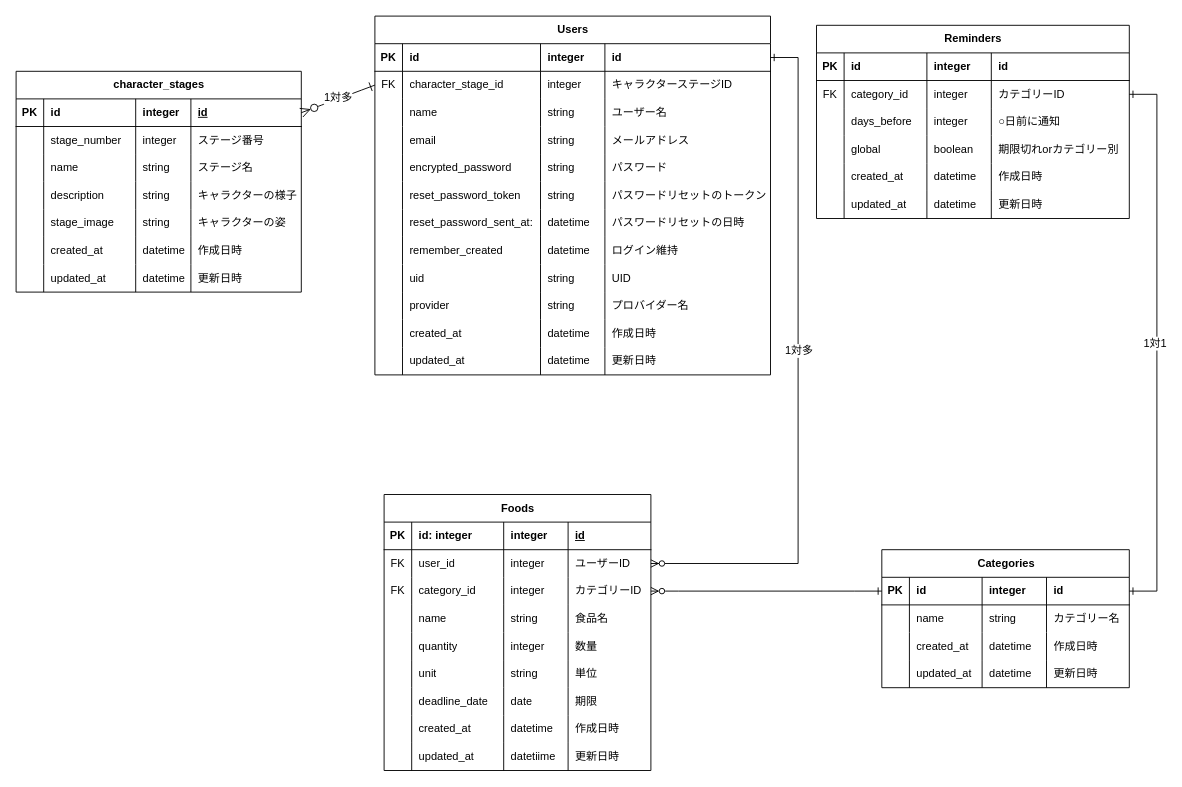
matsumo123/FridgeBell keeps this draw.io diagram as 卒業制作FridgeBell.drawio. Above is the earlier version. Source tidied: cells renumbered, new cells numbered last; positions are measured from the earlier drawing's top-left corner, leaving out a move shared by most shapes. Both pictures are drawn from the tidied source at 92%, with x=0, y=0 at pixel (16, 16).
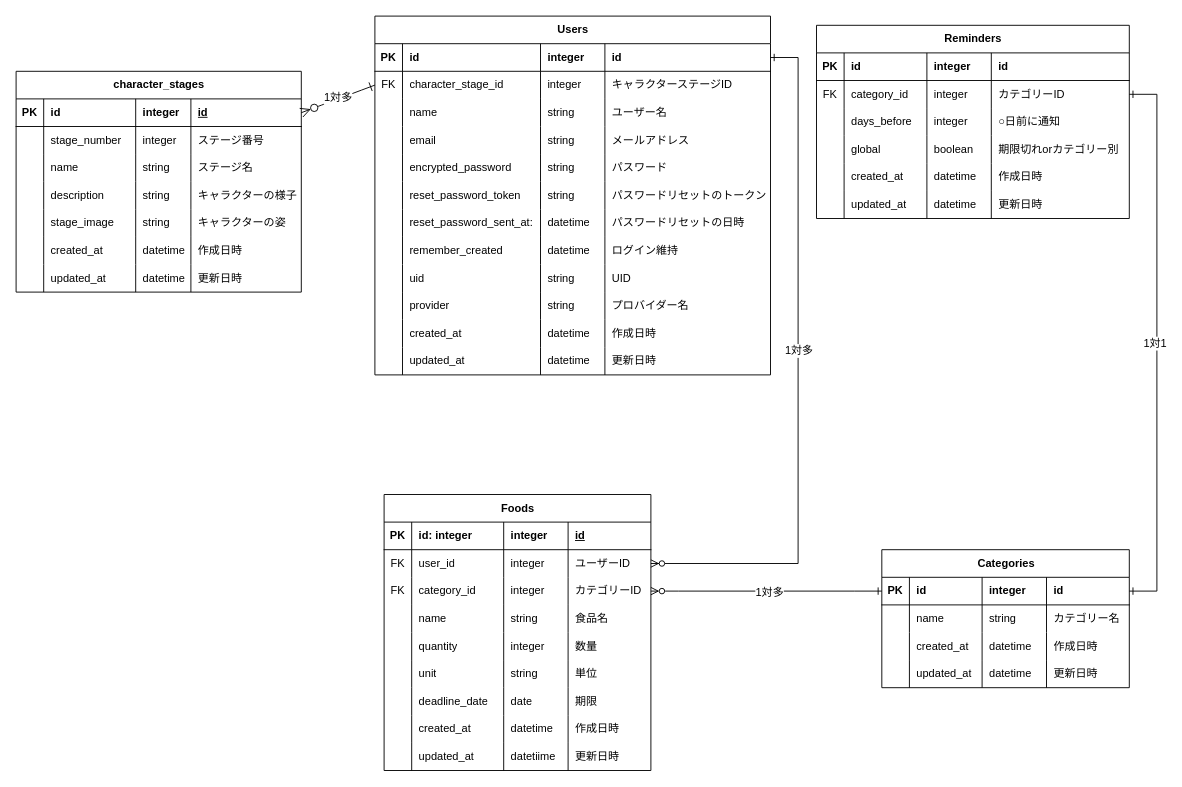
After the change.

Commit message (it also covers changes not shown here):
卒業制作FridgeBell.drawio を更新します

Unchanged cells that the change refers to:
```xml
<mxCell id="162" style="edgeStyle=entityRelationEdgeStyle;fontSize=12;html=1;endArrow=ERone;endFill=0;rounded=0;entryX=0;entryY=0.5;entryDx=0;entryDy=0;startArrow=ERzeroToMany;startFill=0;exitX=1;exitY=0.5;exitDx=0;exitDy=0;" parent="1" edge="1" source="75" target="111">
  <mxGeometry relative="1" as="geometry" />
</mxCell>
```

What changed in the source:
```diff
@@
+    <mxCell id="205" value="1対多" style="edgeLabel;html=1;align=center;verticalAlign=middle;fontSize=12;" parent="162" vertex="1">
+      <mxGeometry x="0.02" y="-1" relative="1" as="geometry" />
+    </mxCell>
```
